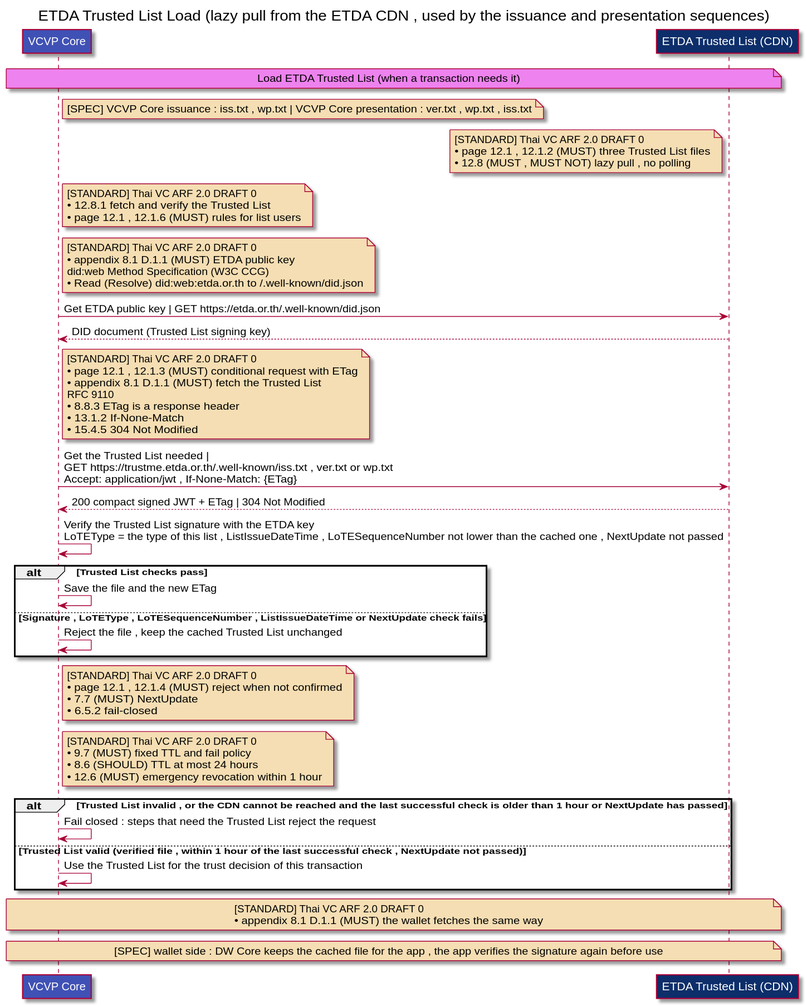
Above: docs/trust-list-load-sequence.svg in pornpanit171/vcvp-diagram (PlantUML), before the change.
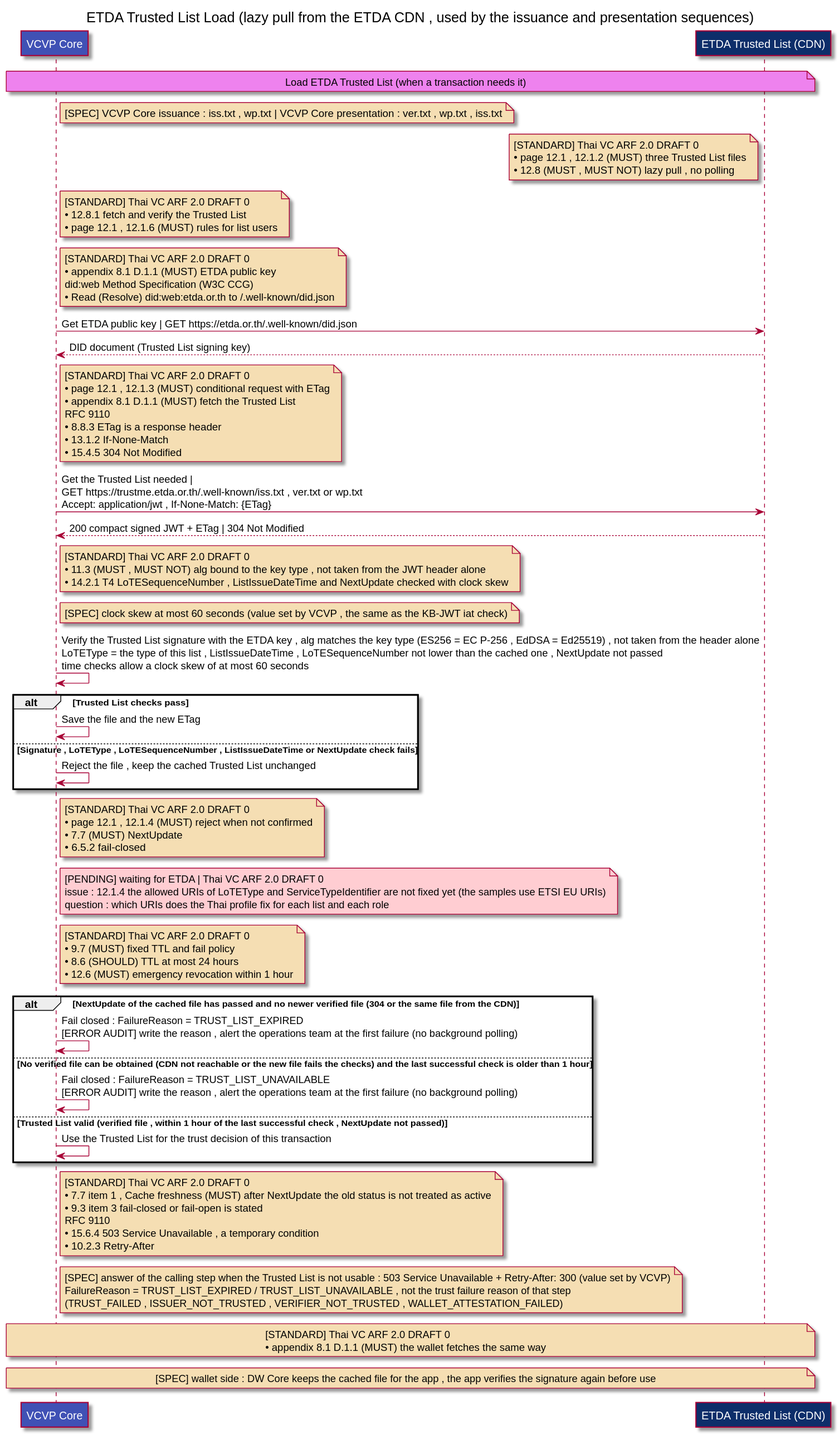
Above is the later version.

The edit, as a diff of the source:
```diff
@@ -14,19 +14,26 @@
 note right of Core #wheat:[STANDARD] Thai VC ARF 2.0 DRAFT 0\n• page 12.1 , 12.1.3 (MUST)  conditional request with ETag\n• appendix 8.1 D.1.1 (MUST)  fetch the Trusted List\nRFC 9110\n• 8.8.3  ETag is a response header\n• 13.1.2  If-None-Match\n• 15.4.5  304 Not Modified
 Core->Trust: Get the Trusted List needed |\nGET https://trustme.etda.or.th/.well-known/iss.txt , ver.txt or wp.txt\nAccept: application/jwt , If-None-Match: {ETag}
 Trust-->Core: 200 compact signed JWT + ETag | 304 Not Modified
-Core->Core: Verify the Trusted List signature with the ETDA key\nLoTEType = the type of this list , ListIssueDateTime , LoTESequenceNumber not lower than the cached one , NextUpdate not passed
+note right of Core #wheat:[STANDARD] Thai VC ARF 2.0 DRAFT 0\n• 11.3 (MUST , MUST NOT)  alg bound to the key type , not taken from the JWT header alone\n• 14.2.1 T4  LoTESequenceNumber , ListIssueDateTime and NextUpdate checked with clock skew
+note right of Core #wheat:[SPEC] clock skew at most 60 seconds (value set by VCVP , the same as the KB-JWT iat check)
+Core->Core: Verify the Trusted List signature with the ETDA key , alg matches the key type (ES256 = EC P-256 , EdDSA = Ed25519) , not taken from the header alone\nLoTEType = the type of this list , ListIssueDateTime , LoTESequenceNumber not lower than the cached one , NextUpdate not passed\ntime checks allow a clock skew of at most 60 seconds
 alt Trusted List checks pass
     Core->Core: Save the file and the new ETag
 else Signature , LoTEType , LoTESequenceNumber , ListIssueDateTime or NextUpdate check fails
     Core->Core: Reject the file , keep the cached Trusted List unchanged
 end
 note right of Core #wheat:[STANDARD] Thai VC ARF 2.0 DRAFT 0\n• page 12.1 , 12.1.4 (MUST)  reject when not confirmed\n• 7.7 (MUST)  NextUpdate\n• 6.5.2  fail-closed
+note right of Core #FFCDD2:[PENDING] waiting for ETDA | Thai VC ARF 2.0 DRAFT 0\nissue : 12.1.4 the allowed URIs of LoTEType and ServiceTypeIdentifier are not fixed yet (the samples use ETSI EU URIs)\nquestion : which URIs does the Thai profile fix for each list and each role
 note right of Core #wheat:[STANDARD] Thai VC ARF 2.0 DRAFT 0\n• 9.7 (MUST)  fixed TTL and fail policy\n• 8.6 (SHOULD)  TTL at most 24 hours\n• 12.6 (MUST)  emergency revocation within 1 hour
-alt Trusted List invalid , or the CDN cannot be reached and the last successful check is older than 1 hour or NextUpdate has passed
-    Core->Core: Fail closed : steps that need the Trusted List reject the request
+alt NextUpdate of the cached file has passed and no newer verified file (304 or the same file from the CDN)
+    Core->Core: Fail closed : FailureReason = TRUST_LIST_EXPIRED\n[ERROR AUDIT] write the reason , alert the operations team at the first failure (no background polling)
+else No verified file can be obtained (CDN not reachable or the new file fails the checks) and the last successful check is older than 1 hour
+    Core->Core: Fail closed : FailureReason = TRUST_LIST_UNAVAILABLE\n[ERROR AUDIT] write the reason , alert the operations team at the first failure (no background polling)
 else Trusted List valid (verified file , within 1 hour of the last successful check , NextUpdate not passed)
     Core->Core: Use the Trusted List for the trust decision of this transaction
 end
+note right of Core #wheat:[STANDARD] Thai VC ARF 2.0 DRAFT 0\n• 7.7 item 1 , Cache freshness (MUST)  after NextUpdate the old status is not treated as active\n• 9.3 item 3  fail-closed or fail-open is stated\nRFC 9110\n• 15.6.4  503 Service Unavailable , a temporary condition\n• 10.2.3  Retry-After
+note right of Core #wheat:[SPEC] answer of the calling step when the Trusted List is not usable : 503 Service Unavailable + Retry-After: 300 (value set by VCVP)\nFailureReason = TRUST_LIST_EXPIRED / TRUST_LIST_UNAVAILABLE , not the trust failure reason of that step\n(TRUST_FAILED , ISSUER_NOT_TRUSTED , VERIFIER_NOT_TRUSTED , WALLET_ATTESTATION_FAILED)
 note over Core,Trust #wheat:[STANDARD] Thai VC ARF 2.0 DRAFT 0\n• appendix 8.1 D.1.1 (MUST)  the wallet fetches the same way
 note over Core,Trust #wheat:[SPEC] wallet side : DW Core keeps the cached file for the app , the app verifies the signature again before use
 @enduml
```
